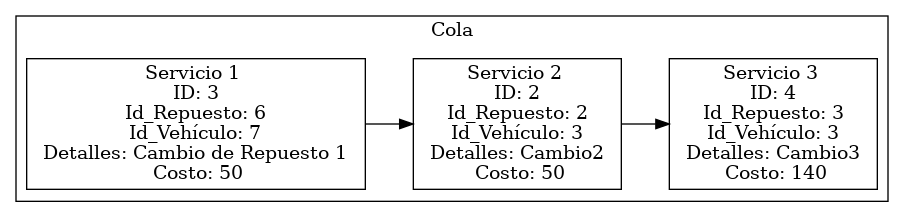
The Graphviz diagram Fase1/AutoGestPro/reports/Services.png in EstebanSNZT/-EDD-1S2025_202300769, before a commit. Its source is kept beside it as Fase1/AutoGestPro/reports/Services.dot.
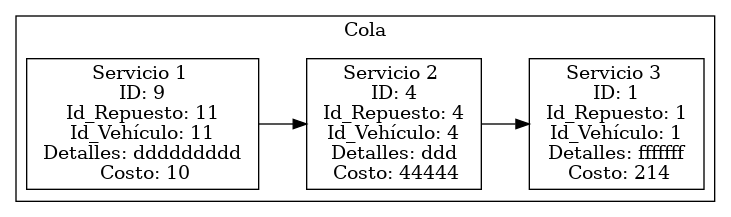
The same file after the commit.

The edit, as a diff of the source:
```diff
@@ -3,9 +3,9 @@
     rankdir=LR;
     subgraph cluster_0 {
         label = "Cola";
-        n0 [label = "{<data> Servicio 1 \n ID: 3 \n Id_Repuesto: 6 \n Id_Vehículo: 7 \n Detalles: Cambio de Repuesto 1 \n Costo: 50}"];
-        n1 [label = "{<data> Servicio 2 \n ID: 2 \n Id_Repuesto: 2 \n Id_Vehículo: 3 \n Detalles: Cambio2 \n Costo: 50}"];
-        n2 [label = "{<data> Servicio 3 \n ID: 4 \n Id_Repuesto: 3 \n Id_Vehículo: 3 \n Detalles: Cambio3 \n Costo: 140}"];
+        n0 [label = "{<data> Servicio 1 \n ID: 9 \n Id_Repuesto: 11 \n Id_Vehículo: 11 \n Detalles: ddddddddd \n Costo: 10}"];
+        n1 [label = "{<data> Servicio 2 \n ID: 4 \n Id_Repuesto: 4 \n Id_Vehículo: 4 \n Detalles: ddd \n Costo: 44444}"];
+        n2 [label = "{<data> Servicio 3 \n ID: 1 \n Id_Repuesto: 1 \n Id_Vehículo: 1 \n Detalles: fffffff \n Costo: 214}"];
         n0 -> n1;
         n1 -> n2;
     }
```
